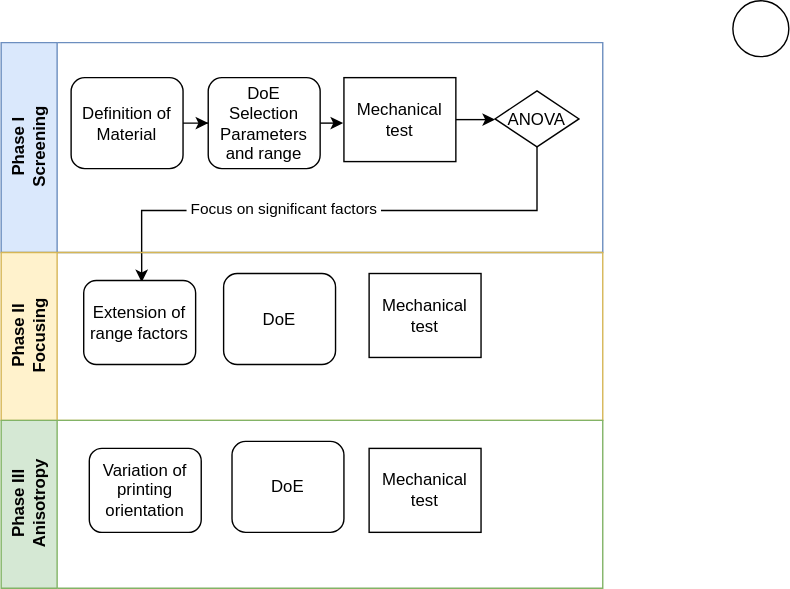
This is Metodologies/Methodology-Univigo.svg from fabbiocrux/Figures, a draw.io export, as it was before one commit. Source tidied: cells renumbered, new cells last; positions are measured from the earlier drawing's top-left corner, leaving out a move shared by most shapes.
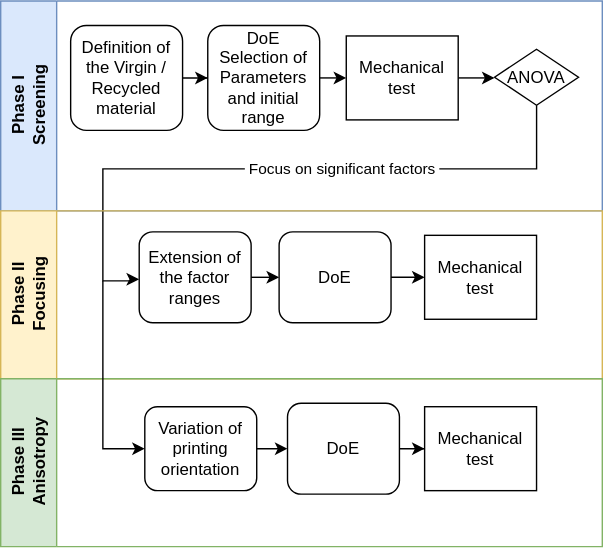
The same file after the commit.

The edit, as a diff of the source:
```diff
@@ -2,67 +2,90 @@
   <root>
     <mxCell id="0" />
     <mxCell id="1" parent="0" />
-    <mxCell id="2" style="ellipse;whiteSpace=wrap;html=1;" parent="1" vertex="1">
-      <mxGeometry x="523" width="40" height="40" as="geometry" />
-    </mxCell>
     <mxCell id="3" value="Phase I&lt;br&gt;Screening" style="swimlane;html=1;startSize=40;horizontal=0;fillColor=#dae8fc;strokeColor=#6c8ebf;rounded=0;shadow=0;sketch=0;glass=0;" parent="1" vertex="1">
       <mxGeometry y="30" width="430" height="150" as="geometry" />
     </mxCell>
     <mxCell id="4" style="edgeStyle=orthogonalEdgeStyle;rounded=0;jettySize=auto;html=1;" parent="3" edge="1" source="5" target="7">
       <mxGeometry relative="1" as="geometry" />
     </mxCell>
-    <mxCell id="5" value="Definition of Material" style="rounded=1;whiteSpace=wrap;html=1;" parent="3" vertex="1">
-      <mxGeometry x="50" y="25" width="80" height="65" as="geometry" />
+    <mxCell id="5" value="Definition of the Virgin / Recycled&lt;br&gt;material" style="rounded=1;whiteSpace=wrap;html=1;" parent="3" vertex="1">
+      <mxGeometry x="50" y="17.5" width="80" height="75" as="geometry" />
     </mxCell>
-    <mxCell id="6" style="edgeStyle=orthogonalEdgeStyle;rounded=0;jettySize=auto;html=1;exitX=1;exitY=0.5;exitDx=0;exitDy=0;entryX=-0.008;entryY=0.55;entryDx=0;entryDy=0;entryPerimeter=0;startArrow=none;startFill=0;endArrow=classic;endFill=1;" parent="3" edge="1" source="7" target="9">
-      <mxGeometry relative="1" as="geometry" />
-    </mxCell>
-    <mxCell id="7" value="DoE&lt;br&gt;Selection Parameters and range" style="rounded=1;whiteSpace=wrap;html=1;fontFamily=Helvetica;fontSize=12;fontColor=#000000;align=center;" parent="3" vertex="1">
-      <mxGeometry x="148" y="25" width="80" height="65" as="geometry" />
+    <mxCell id="7" value="DoE&lt;br&gt;Selection of Parameters and initial range" style="rounded=1;whiteSpace=wrap;html=1;fontFamily=Helvetica;fontSize=12;fontColor=#000000;align=center;" parent="3" vertex="1">
+      <mxGeometry x="148" y="17.5" width="80" height="75" as="geometry" />
     </mxCell>
     <mxCell id="8" style="edgeStyle=orthogonalEdgeStyle;rounded=0;jettySize=auto;html=1;exitX=1;exitY=0.5;exitDx=0;exitDy=0;entryX=0;entryY=0.5;entryDx=0;entryDy=0;startArrow=none;startFill=0;endArrow=classic;endFill=1;" parent="3" edge="1" source="9" target="10">
       <mxGeometry relative="1" as="geometry" />
     </mxCell>
+    <mxCell id="21" style="edgeStyle=orthogonalEdgeStyle;rounded=0;jettySize=auto;html=1;exitX=0;exitY=0.5;exitDx=0;exitDy=0;entryX=1;entryY=0.5;entryDx=0;entryDy=0;startArrow=classic;startFill=1;endArrow=none;endFill=0;" parent="3" edge="1" source="9" target="7">
+      <mxGeometry relative="1" as="geometry" />
+    </mxCell>
     <mxCell id="9" value="Mechanical test" style="rounded=0;whiteSpace=wrap;html=1;fontFamily=Helvetica;fontSize=12;fontColor=#000000;align=center;" parent="3" vertex="1">
-      <mxGeometry x="245" y="25" width="80" height="60" as="geometry" />
+      <mxGeometry x="247" y="25" width="80" height="60" as="geometry" />
     </mxCell>
     <mxCell id="10" value="ANOVA" style="rhombus;whiteSpace=wrap;html=1;fontFamily=Helvetica;fontSize=12;fontColor=#000000;align=center;" parent="3" vertex="1">
       <mxGeometry x="353" y="34.5" width="60" height="40" as="geometry" />
     </mxCell>
-    <mxCell id="11" style="edgeStyle=orthogonalEdgeStyle;rounded=0;jettySize=auto;html=1;endArrow=none;endFill=0;startArrow=classic;startFill=1;exitX=0.518;exitY=0.02;exitDx=0;exitDy=0;exitPerimeter=0;" parent="1" edge="1" source="14" target="10">
+    <mxCell id="11" style="edgeStyle=orthogonalEdgeStyle;rounded=0;jettySize=auto;html=1;endArrow=none;endFill=0;startArrow=classic;startFill=1;exitX=-0.001;exitY=0.522;exitDx=0;exitDy=0;exitPerimeter=0;" parent="1" edge="1" source="14" target="10">
       <mxGeometry relative="1" as="geometry">
         <Array as="points">
-          <mxPoint x="100" y="150" />
+          <mxPoint x="93" y="229" />
+          <mxPoint x="93" y="230" />
+          <mxPoint x="73" y="230" />
+          <mxPoint x="73" y="150" />
           <mxPoint x="383" y="150" />
         </Array>
       </mxGeometry>
     </mxCell>
     <mxCell id="12" value="&amp;nbsp;Focus on significant factors&amp;nbsp;" style="edgeLabel;html=1;align=center;verticalAlign=middle;" parent="11" vertex="1">
-      <mxGeometry x="-0.2" y="2" relative="1" as="geometry" />
+      <mxGeometry x="-0.2" y="2" relative="1" as="geometry">
+        <mxPoint x="93.1" y="2" as="offset" />
+      </mxGeometry>
     </mxCell>
     <mxCell id="13" value="Phase II&lt;br&gt;Focusing" style="swimlane;html=1;startSize=40;horizontal=0;fillColor=#fff2cc;strokeColor=#d6b656;" parent="1" vertex="1">
       <mxGeometry y="180" width="430" height="120" as="geometry" />
     </mxCell>
-    <mxCell id="14" value="Extension of range factors" style="rounded=1;whiteSpace=wrap;html=1;fontFamily=Helvetica;fontSize=12;fontColor=#000000;align=center;" parent="13" vertex="1">
-      <mxGeometry x="59" y="20" width="80" height="60" as="geometry" />
+    <mxCell id="14" value="Extension of the factor ranges" style="rounded=1;whiteSpace=wrap;html=1;fontFamily=Helvetica;fontSize=12;fontColor=#000000;align=center;" parent="13" vertex="1">
+      <mxGeometry x="99" y="15" width="80" height="65" as="geometry" />
     </mxCell>
+    <mxCell id="22" style="edgeStyle=orthogonalEdgeStyle;rounded=0;jettySize=auto;html=1;exitX=0;exitY=0.5;exitDx=0;exitDy=0;entryX=1;entryY=0.5;entryDx=0;entryDy=0;startArrow=classic;startFill=1;endArrow=none;endFill=0;" parent="13" edge="1" source="15" target="14">
+      <mxGeometry relative="1" as="geometry" />
+    </mxCell>
     <mxCell id="15" value="DoE&lt;br&gt;" style="rounded=1;whiteSpace=wrap;html=1;fontFamily=Helvetica;fontSize=12;fontColor=#000000;align=center;" parent="13" vertex="1">
-      <mxGeometry x="159" y="15" width="80" height="65" as="geometry" />
+      <mxGeometry x="199" y="15" width="80" height="65" as="geometry" />
     </mxCell>
+    <mxCell id="23" style="edgeStyle=orthogonalEdgeStyle;rounded=0;jettySize=auto;html=1;exitX=0;exitY=0.5;exitDx=0;exitDy=0;startArrow=classic;startFill=1;endArrow=none;endFill=0;" parent="13" edge="1" source="16" target="15">
+      <mxGeometry relative="1" as="geometry" />
+    </mxCell>
     <mxCell id="16" value="Mechanical test" style="rounded=0;whiteSpace=wrap;html=1;fontFamily=Helvetica;fontSize=12;fontColor=#000000;align=center;" parent="13" vertex="1">
-      <mxGeometry x="263" y="15" width="80" height="60" as="geometry" />
+      <mxGeometry x="303" y="17.5" width="80" height="60" as="geometry" />
     </mxCell>
     <mxCell id="17" value="Phase III&lt;br&gt;Anisotropy" style="swimlane;html=1;startSize=40;horizontal=0;fillColor=#d5e8d4;strokeColor=#82b366;" parent="1" vertex="1">
       <mxGeometry y="300" width="430" height="120" as="geometry" />
     </mxCell>
+    <mxCell id="24" style="edgeStyle=orthogonalEdgeStyle;rounded=0;jettySize=auto;html=1;startArrow=classic;startFill=1;endArrow=none;endFill=0;" parent="17" edge="1" source="18" target="19">
+      <mxGeometry relative="1" as="geometry" />
+    </mxCell>
     <mxCell id="18" value="Mechanical test" style="rounded=0;whiteSpace=wrap;html=1;fontFamily=Helvetica;fontSize=12;fontColor=#000000;align=center;" parent="17" vertex="1">
-      <mxGeometry x="263" y="20" width="80" height="60" as="geometry" />
+      <mxGeometry x="303" y="20" width="80" height="60" as="geometry" />
     </mxCell>
+    <mxCell id="25" style="edgeStyle=orthogonalEdgeStyle;rounded=0;jettySize=auto;html=1;startArrow=classic;startFill=1;endArrow=none;endFill=0;" parent="17" edge="1" source="19" target="20">
+      <mxGeometry relative="1" as="geometry" />
+    </mxCell>
     <mxCell id="19" value="DoE&lt;br&gt;" style="rounded=1;whiteSpace=wrap;html=1;fontFamily=Helvetica;fontSize=12;fontColor=#000000;align=center;" parent="17" vertex="1">
-      <mxGeometry x="165" y="15" width="80" height="65" as="geometry" />
+      <mxGeometry x="205" y="17.5" width="80" height="65" as="geometry" />
     </mxCell>
     <mxCell id="20" value="Variation of printing orientation" style="rounded=1;whiteSpace=wrap;html=1;fontFamily=Helvetica;fontSize=12;fontColor=#000000;align=center;" parent="17" vertex="1">
-      <mxGeometry x="63" y="20" width="80" height="60" as="geometry" />
+      <mxGeometry x="103" y="20" width="80" height="60" as="geometry" />
     </mxCell>
+    <mxCell id="26" style="edgeStyle=orthogonalEdgeStyle;rounded=0;jettySize=auto;html=1;exitX=0;exitY=0.5;exitDx=0;exitDy=0;startArrow=classic;startFill=1;endArrow=none;endFill=0;" parent="1" edge="1" source="20">
+      <mxGeometry relative="1" as="geometry">
+        <mxPoint x="73" y="230" as="targetPoint" />
+        <Array as="points">
+          <mxPoint x="73" y="350" />
+          <mxPoint x="73" y="230" />
+        </Array>
+      </mxGeometry>
+    </mxCell>
   </root>
 </mxGraphModel>
```
